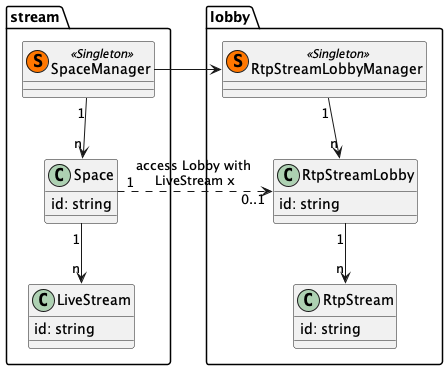
This is docs/uml/class/lobby.class.png from shigde/sfu, a PlantUML export, as it was before one commit.
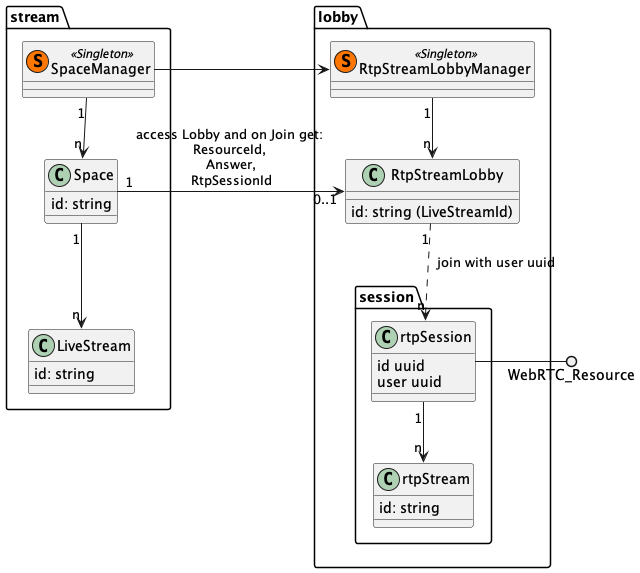
The same file after the commit.

What changed in the source:
```diff
@@ -15,17 +15,31 @@
 package lobby {
 class RtpStreamLobbyManager << (S,#FF7700) Singleton >>
 class RtpStreamLobby {
-    id: string
+    id: string (LiveStreamId)
 }
-class RtpStream {
-    id: string
+package lobby.session {
+    class rtpStream {
+        id: string
+    }
+    class rtpSession {
+        id uuid
+        user uuid
+    }
 }
 
 SpaceManager -> RtpStreamLobbyManager
 RtpStreamLobbyManager "1" --> "n" RtpStreamLobby
-RtpStreamLobby "1" --> "n" RtpStream
+RtpStreamLobby "1" ..> "n" rtpSession : "  join with user uuid"
+
+rtpSession "1" --> "n" rtpStream
 }
 
-Space "1".>"0..1" RtpStreamLobby : access Lobby with \nLiveStream x
+
+rtpSession -() WebRTC_Resource : "         "
+
+
+
+Space "1"->"0..1" RtpStreamLobby : access Lobby and on Join get: \nResourceId, \nAnswer,\nRtpSessionId
+
 
 @enduml
```
